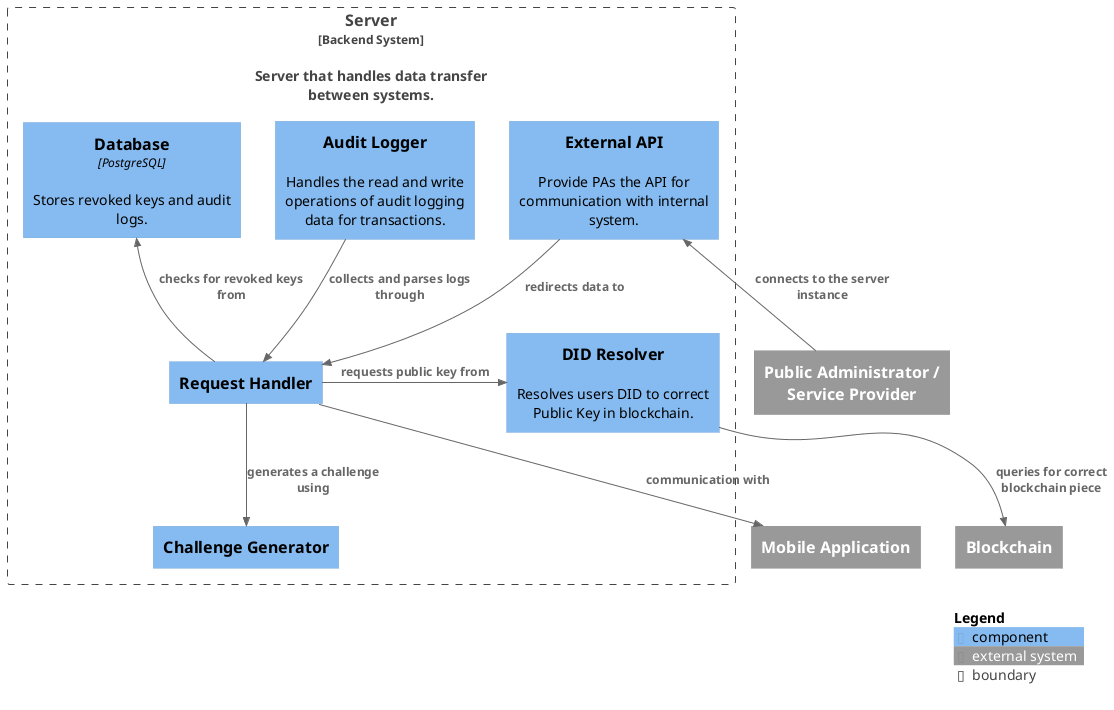
Dorfultariant/Architecture_Diagrams keeps this PlantUML diagram as images/BackendComponent.png. Above is the earlier version.
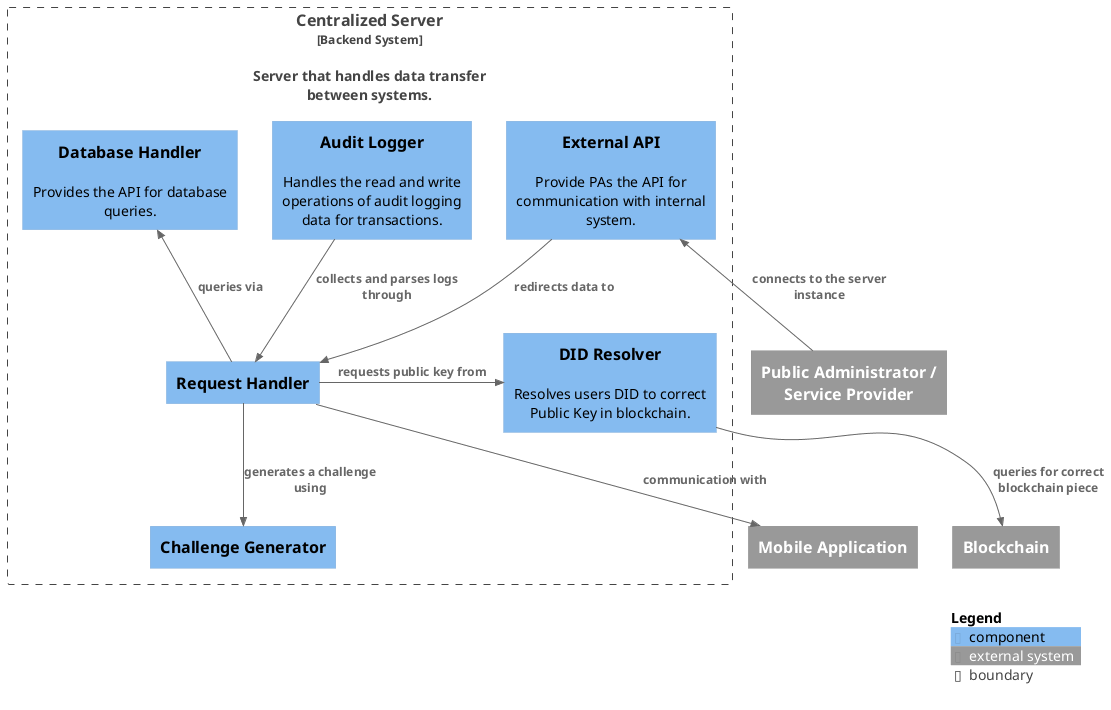
Later version of the same file.

What changed in the source:
```diff
@@ -5,12 +5,12 @@
 System_Ext(ma, "Mobile Application")
 System_Ext(pa, "Public Administrator / Service Provider")
 
-Boundary(backend, "Server", "Backend System", "", "", "Server that handles data transfer between systems.") {
+Boundary(backend, "Centralized Server", "Backend System", "", "", "Server that handles data transfer between systems.") {
     Component(RH, "Request Handler")
     Component(challenger, "Challenge Generator")
     Component(ext_api, "External API", "", "Provide PAs the API for communication with internal system.")
     Component(resolver, "DID Resolver", "", "Resolves users DID to correct Public Key in blockchain.")
-    Component(DB, "Database", "PostgreSQL", "Stores revoked keys and audit logs.")
+    Component(DB, "Database Handler", "", "Provides the API for database queries.")
     Component(at, "Audit Logger", "", "Handles the read and write operations of audit logging data for transactions.")
 
     Rel(RH, challenger, "generates a challenge using")
@@ -18,7 +18,7 @@
     Rel(ext_api, RH, "redirects data to")
     Rel_U(pa, ext_api, "connects to the server instance")
     Rel(RH, ma, "communication with")
-    Rel_U(RH, DB, "checks for revoked keys from")
+    Rel_U(RH, DB, "queries via")
     Rel_R(RH, resolver, "requests public key from")
     Rel(resolver, bc, "queries for correct blockchain piece")
 }
```
